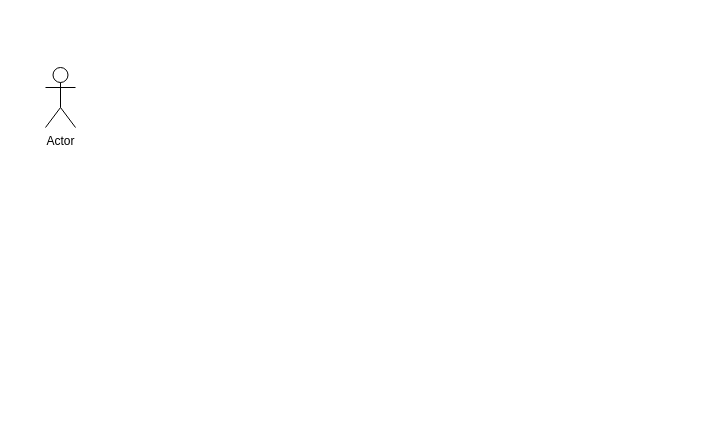
anasteish6a/Cipher keeps this draw.io diagram as UseCase.drawio. Above is the earlier version. Source tidied: cells renumbered, new cells numbered last; positions are measured from the earlier drawing's top-left corner, leaving out a move shared by most shapes. Both pictures are drawn from the tidied source at 100%, with x=0, y=0 at pixel (45, 67).
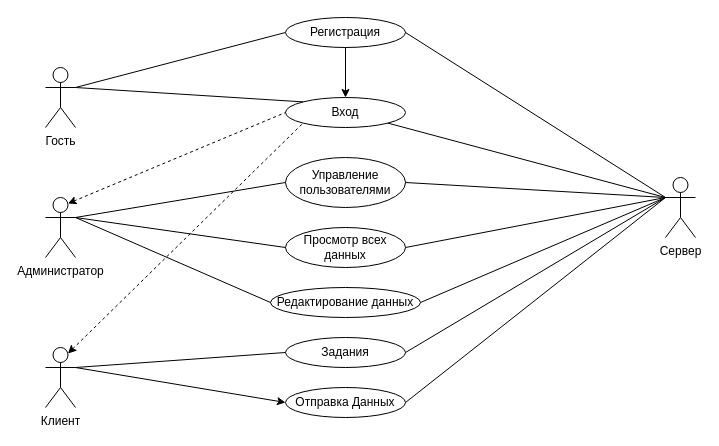
The same page after the edit.

What changed in the source:
```diff
@@
-    <mxCell id="2" value="Actor" style="shape=umlActor;verticalLabelPosition=bottom;verticalAlign=top;html=1;outlineConnect=0;" parent="1" vertex="1">
+    <mxCell id="2" value="Гость" style="shape=umlActor;verticalLabelPosition=bottom;verticalAlign=top;html=1;outlineConnect=0;" parent="1" vertex="1">
       <mxGeometry width="30" height="60" as="geometry" />
     </mxCell>
+    <mxCell id="3" value="Администратор" style="shape=umlActor;verticalLabelPosition=bottom;verticalAlign=top;html=1;outlineConnect=0;" parent="1" vertex="1">
+      <mxGeometry y="130" width="30" height="60" as="geometry" />
+    </mxCell>
+    <mxCell id="4" value="Сервер" style="shape=umlActor;verticalLabelPosition=bottom;verticalAlign=top;html=1;outlineConnect=0;" parent="1" vertex="1">
+      <mxGeometry x="620" y="110" width="30" height="60" as="geometry" />
+    </mxCell>
+    <mxCell id="5" value="Регистрация" style="ellipse;whiteSpace=wrap;html=1;" parent="1" vertex="1">
+      <mxGeometry x="240" y="-50" width="120" height="30" as="geometry" />
+    </mxCell>
+    <mxCell id="6" value="Отправка Данных" style="ellipse;whiteSpace=wrap;html=1;" parent="1" vertex="1">
+      <mxGeometry x="240" y="320" width="120" height="30" as="geometry" />
+    </mxCell>
+    <mxCell id="7" value="Задания" style="ellipse;whiteSpace=wrap;html=1;" parent="1" vertex="1">
+      <mxGeometry x="240" y="270" width="120" height="30" as="geometry" />
+    </mxCell>
+    <mxCell id="8" value="Редактирование данных" style="ellipse;whiteSpace=wrap;html=1;" parent="1" vertex="1">
+      <mxGeometry x="225" y="220" width="150" height="30" as="geometry" />
+    </mxCell>
+    <mxCell id="9" value="Управление пользователями" style="ellipse;whiteSpace=wrap;html=1;" parent="1" vertex="1">
+      <mxGeometry x="240" y="90" width="120" height="50" as="geometry" />
+    </mxCell>
+    <mxCell id="10" value="Просмотр всех данных" style="ellipse;whiteSpace=wrap;html=1;" parent="1" vertex="1">
+      <mxGeometry x="240" y="160" width="120" height="40" as="geometry" />
+    </mxCell>
+    <mxCell id="11" style="endArrow=none;html=1;rounded=0;exitX=1;exitY=0.3333333333333333;exitDx=0;exitDy=0;exitPerimeter=0;entryX=0;entryY=0.5;entryDx=0;entryDy=0;" parent="1" edge="1" source="2" target="5">
+      <mxGeometry relative="1" as="geometry" />
+    </mxCell>
+    <mxCell id="12" value="Вход" style="ellipse;whiteSpace=wrap;html=1;" parent="1" vertex="1">
+      <mxGeometry x="240" y="30" width="120" height="30" as="geometry" />
+    </mxCell>
+    <mxCell id="13" value="Клиент" style="shape=umlActor;verticalLabelPosition=bottom;verticalAlign=top;html=1;outlineConnect=0;" parent="1" vertex="1">
+      <mxGeometry y="280" width="30" height="60" as="geometry" />
+    </mxCell>
+    <mxCell id="14" style="endArrow=classic;html=1;rounded=0;exitX=0.5;exitY=1;exitDx=0;exitDy=0;entryX=0.5;entryY=0;entryDx=0;entryDy=0;" parent="1" edge="1" source="5" target="12">
+      <mxGeometry relative="1" as="geometry" />
+    </mxCell>
+    <mxCell id="15" style="endArrow=none;html=1;rounded=0;entryX=1;entryY=0.5;entryDx=0;entryDy=0;exitX=0;exitY=0.3333333333333333;exitDx=0;exitDy=0;exitPerimeter=0;" parent="1" edge="1" source="4" target="5">
+      <mxGeometry relative="1" as="geometry" />
+    </mxCell>
+    <mxCell id="16" style="endArrow=none;html=1;rounded=0;entryX=1;entryY=1;entryDx=0;entryDy=0;" parent="1" edge="1" target="12">
+      <mxGeometry relative="1" as="geometry">
+        <mxPoint x="620" y="130" as="sourcePoint" />
+      </mxGeometry>
+    </mxCell>
+    <mxCell id="17" style="endArrow=none;html=1;rounded=0;entryX=1;entryY=0.5;entryDx=0;entryDy=0;" parent="1" edge="1" target="9">
+      <mxGeometry relative="1" as="geometry">
+        <mxPoint x="620" y="130" as="sourcePoint" />
+      </mxGeometry>
+    </mxCell>
+    <mxCell id="18" style="endArrow=none;html=1;rounded=0;entryX=1;entryY=0.5;entryDx=0;entryDy=0;" parent="1" edge="1" target="10">
+      <mxGeometry relative="1" as="geometry">
+        <mxPoint x="620" y="130" as="sourcePoint" />
+      </mxGeometry>
+    </mxCell>
+    <mxCell id="19" style="endArrow=none;html=1;rounded=0;entryX=1;entryY=0.5;entryDx=0;entryDy=0;exitX=0;exitY=0.3333333333333333;exitDx=0;exitDy=0;exitPerimeter=0;" parent="1" edge="1" source="4" target="8">
+      <mxGeometry relative="1" as="geometry" />
+    </mxCell>
+    <mxCell id="20" style="endArrow=none;html=1;rounded=0;exitX=1;exitY=0.5;exitDx=0;exitDy=0;" parent="1" edge="1" source="7">
+      <mxGeometry relative="1" as="geometry">
+        <mxPoint x="620" y="130" as="targetPoint" />
+      </mxGeometry>
+    </mxCell>
+    <mxCell id="21" style="endArrow=none;html=1;rounded=0;exitX=1;exitY=0.5;exitDx=0;exitDy=0;entryX=0;entryY=0.3333333333333333;entryDx=0;entryDy=0;entryPerimeter=0;" parent="1" edge="1" source="6" target="4">
+      <mxGeometry relative="1" as="geometry" />
+    </mxCell>
+    <mxCell id="22" style="endArrow=none;html=1;rounded=0;entryX=0;entryY=0.5;entryDx=0;entryDy=0;" parent="1" edge="1" target="7">
+      <mxGeometry relative="1" as="geometry">
+        <mxPoint x="30" y="300" as="sourcePoint" />
+      </mxGeometry>
+    </mxCell>
+    <mxCell id="23" style="endArrow=none;html=1;rounded=0;entryX=0;entryY=0.5;entryDx=0;entryDy=0;" parent="1" edge="1" target="9">
+      <mxGeometry relative="1" as="geometry">
+        <mxPoint x="30" y="150" as="sourcePoint" />
+      </mxGeometry>
+    </mxCell>
+    <mxCell id="24" style="endArrow=none;html=1;rounded=0;entryX=1;entryY=0.3333333333333333;entryDx=0;entryDy=0;entryPerimeter=0;exitX=0;exitY=0;exitDx=0;exitDy=0;" parent="1" edge="1" source="12" target="2">
+      <mxGeometry relative="1" as="geometry" />
+    </mxCell>
+    <mxCell id="25" style="endArrow=none;html=1;rounded=0;entryX=0;entryY=0.5;entryDx=0;entryDy=0;dashed=1;startArrow=classic;startFill=1;exitX=0.75;exitY=0.1;exitDx=0;exitDy=0;exitPerimeter=0;" parent="1" edge="1" source="3" target="12">
+      <mxGeometry relative="1" as="geometry" />
+    </mxCell>
+    <mxCell id="26" style="endArrow=none;dashed=1;html=1;strokeWidth=1;rounded=0;entryX=0;entryY=1;entryDx=0;entryDy=0;exitX=0.75;exitY=0.1;exitDx=0;exitDy=0;exitPerimeter=0;startArrow=classic;startFill=1;" parent="1" edge="1" source="13" target="12">
+      <mxGeometry relative="1" as="geometry" />
+    </mxCell>
+    <mxCell id="27" style="endArrow=none;html=1;rounded=0;entryX=0;entryY=0.5;entryDx=0;entryDy=0;" parent="1" edge="1" target="8">
+      <mxGeometry relative="1" as="geometry">
+        <mxPoint x="30" y="150" as="sourcePoint" />
+      </mxGeometry>
+    </mxCell>
+    <mxCell id="28" style="endArrow=none;html=1;rounded=0;entryX=1;entryY=0.3333333333333333;entryDx=0;entryDy=0;entryPerimeter=0;exitX=0;exitY=0.5;exitDx=0;exitDy=0;" parent="1" edge="1" source="10" target="3">
+      <mxGeometry relative="1" as="geometry" />
+    </mxCell>
+    <mxCell id="29" style="endArrow=classic;html=1;rounded=0;exitX=1;exitY=0.3333333333333333;exitDx=0;exitDy=0;exitPerimeter=0;entryX=0;entryY=0.5;entryDx=0;entryDy=0;" parent="1" edge="1" source="13" target="6">
+      <mxGeometry relative="1" as="geometry" />
+    </mxCell>
```
